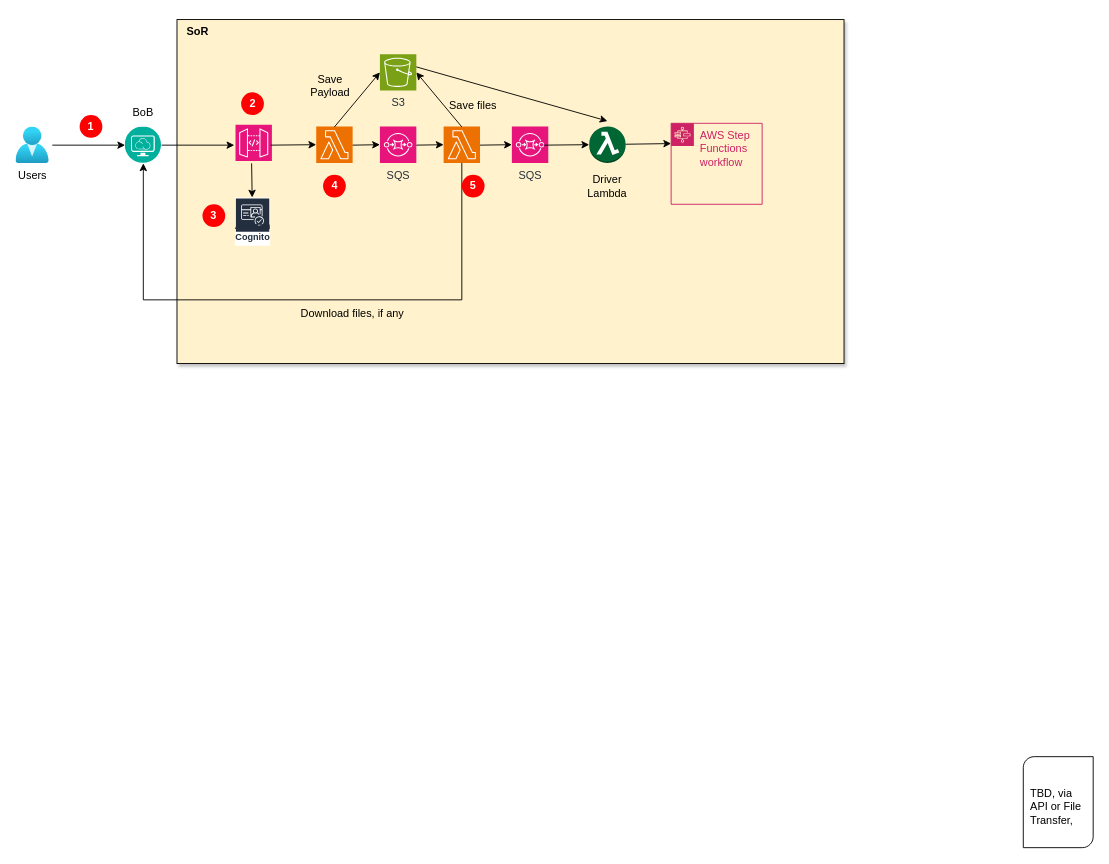
Earlier version of the draw.io diagram page "BoB API" (4 of 17) of drawio/cogs.drawio (sh2sg/sh2sg.github.io). Source tidied: cells renumbered, new cells numbered last; positions are measured from the earlier drawing's top-left corner, leaving out a move shared by most shapes. Both pictures are drawn from the tidied source at 91%, with x=0, y=0 at pixel (15, 17).
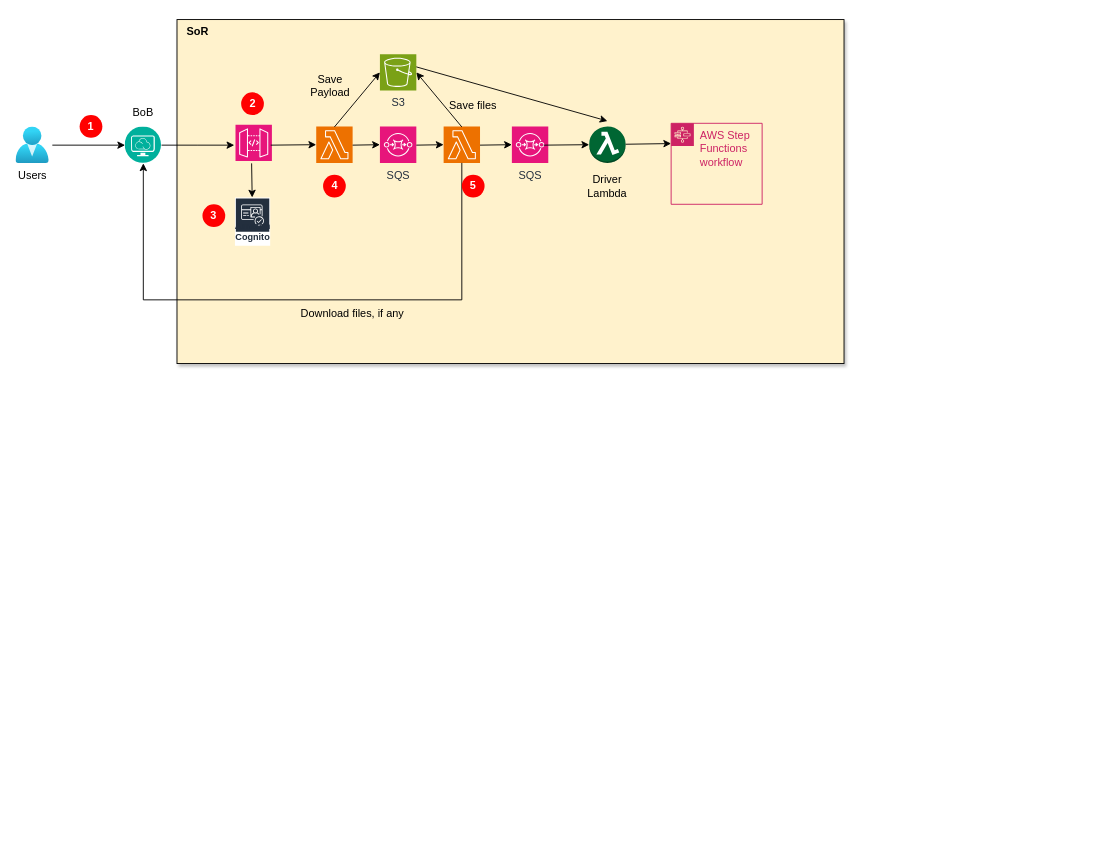
The same page after the edit.

What changed in the source:
```diff
@@
-    <mxCell id="19" style="verticalLabelPosition=bottom;verticalAlign=top;html=1;shape=mxgraph.basic.diag_round_rect;dx=6;whiteSpace=wrap;" parent="1" vertex="1">
-      <mxGeometry x="1107" y="812" width="76.8" height="100" as="geometry" />
-    </mxCell>
-    <mxCell id="20" value="&lt;div&gt;TBD, via API or File Transfer,&amp;nbsp;&lt;/div&gt;" style="text;html=1;align=left;verticalAlign=middle;whiteSpace=wrap;rounded=0;" parent="1" vertex="1">
-      <mxGeometry x="1112.5" y="827" width="61.2" height="80" as="geometry" />
-    </mxCell>
```
